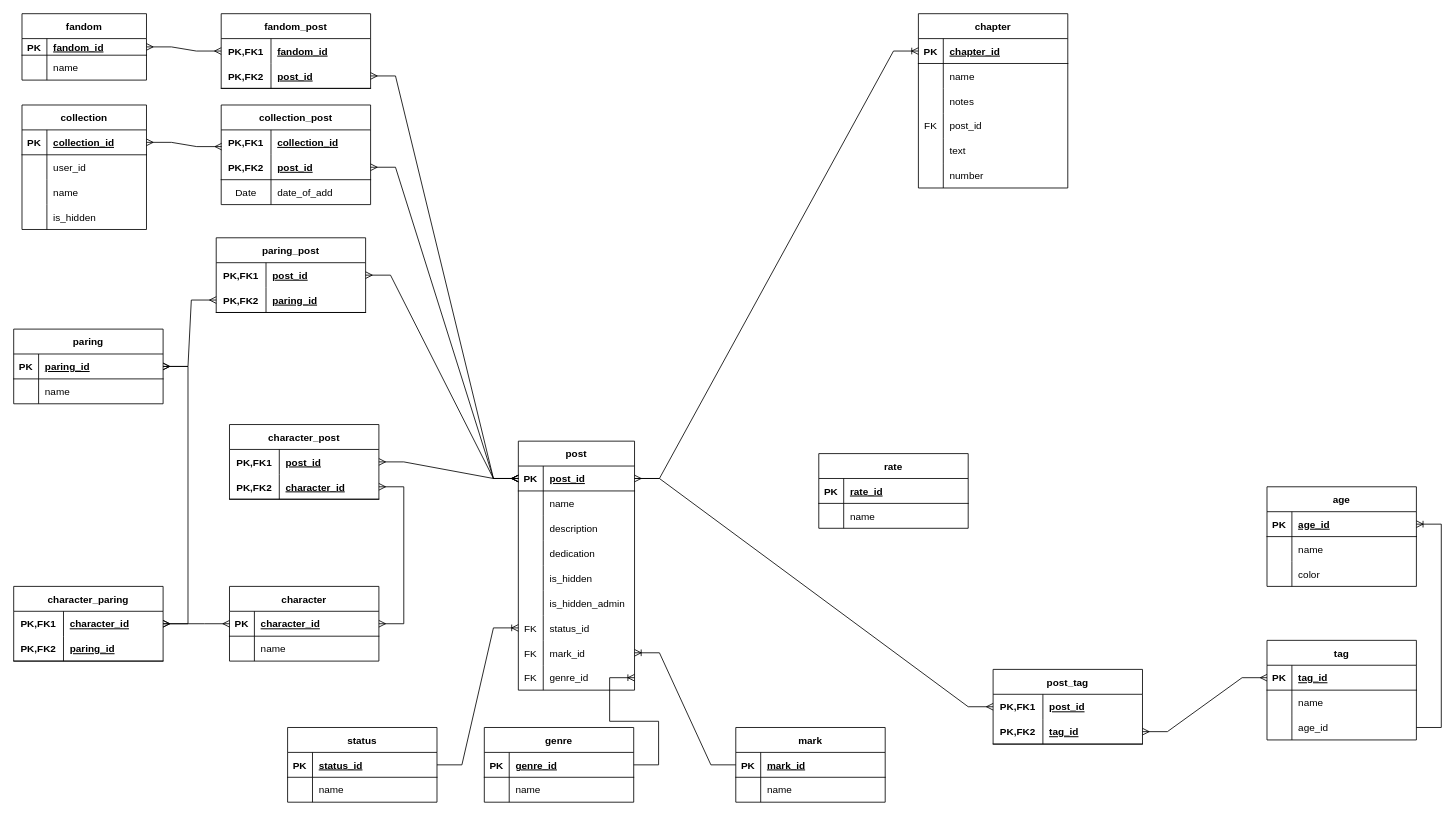
The draw.io diagram db-diagrams/post/sd-post.drawio in Danis0n/story-drop-backend, before the edit. Source tidied: cells renumbered, new cells numbered last; positions are measured from the earlier drawing's top-left corner, leaving out a move shared by most shapes. Both pictures are drawn from the tidied source at 83%, with x=0, y=0 at pixel (13, 13).
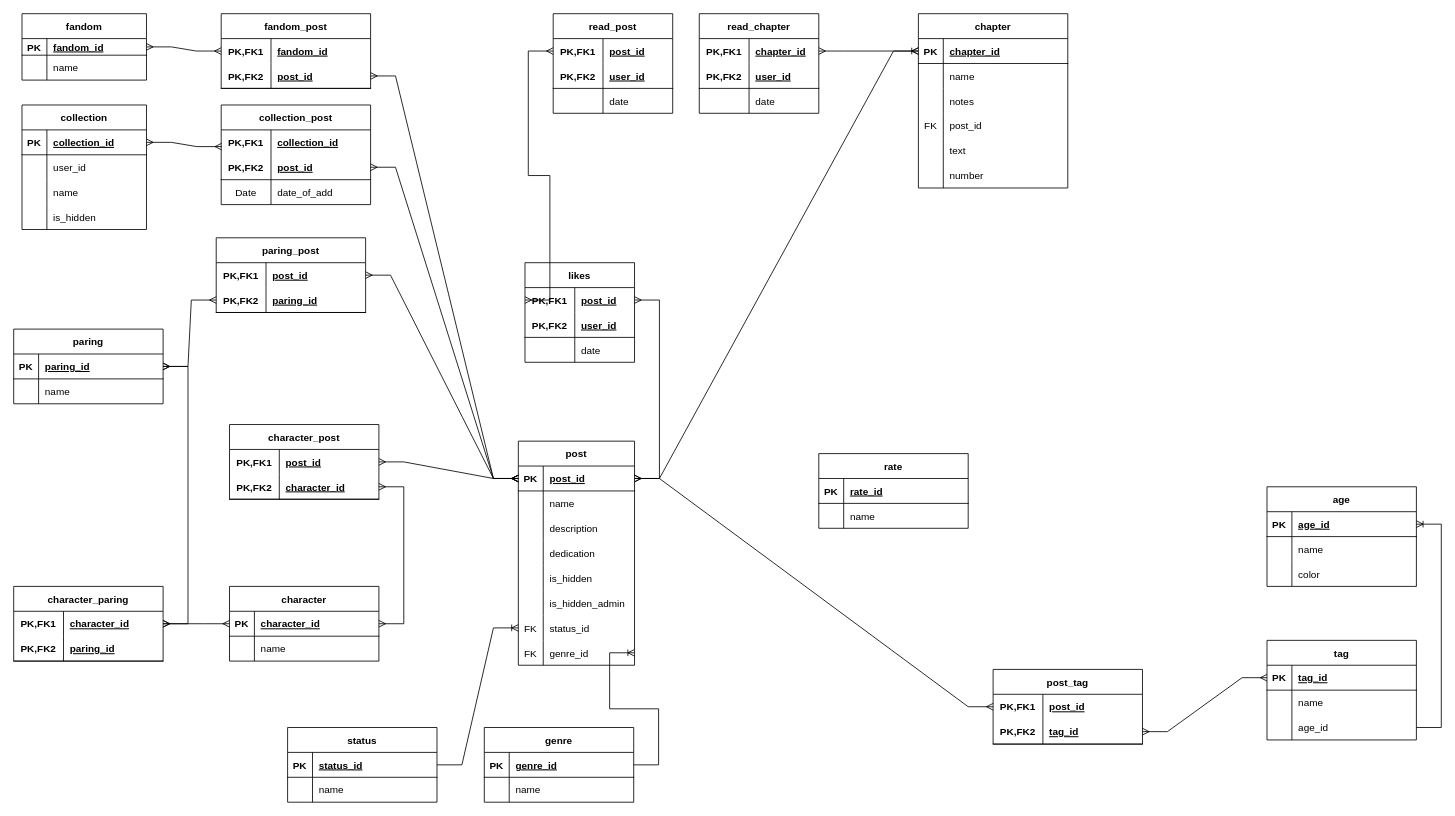
The same diagram, later.

The change refers to these unchanged cells:
```xml
<mxCell id="16" style="shape=tableRow;horizontal=0;startSize=0;swimlaneHead=0;swimlaneBody=0;fillColor=none;points=[[0,0.5],[1,0.5]];portConstraint=eastwest;top=0;left=0;right=0;bottom=1;" parent="15" vertex="1">
  <mxGeometry y="30" width="140" height="30" as="geometry" />
</mxCell>
<mxCell id="139" style="shape=tableRow;horizontal=0;startSize=0;swimlaneHead=0;swimlaneBody=0;fillColor=none;points=[[0,0.5],[1,0.5]];portConstraint=eastwest;top=0;left=0;right=0;bottom=1;" parent="138" vertex="1">
  <mxGeometry y="30" width="180" height="30" as="geometry" />
</mxCell>
```

Change to the diagram source:
```diff
@@
     <mxCell id="15" value="post" style="shape=table;startSize=30;childLayout=tableLayout;rowLines=0;fontStyle=1;align=center;" parent="1" vertex="1">
-      <mxGeometry x="608" y="515" width="140" height="300" as="geometry" />
+      <mxGeometry x="608" y="515" width="140" height="270" as="geometry" />
     </mxCell>
@@
-    <mxCell id="37" style="shape=tableRow;horizontal=0;startSize=0;swimlaneHead=0;swimlaneBody=0;fillColor=none;points=[[0,0.5],[1,0.5]];portConstraint=eastwest;top=0;left=0;right=0;bottom=0;" parent="15" vertex="1">
-      <mxGeometry y="240" width="140" height="30" as="geometry" />
-    </mxCell>
-    <mxCell id="38" value="FK" style="shape=partialRectangle;fillColor=none;top=0;left=0;bottom=0;right=0;overflow=hidden;" parent="37" vertex="1">
-      <mxGeometry width="30" height="30" as="geometry" />
-    </mxCell>
-    <mxCell id="39" value="mark_id" style="shape=partialRectangle;fillColor=none;top=0;left=0;bottom=0;right=0;align=left;spacingLeft=6;overflow=hidden;" parent="37" vertex="1">
-      <mxGeometry x="30" width="110" height="30" as="geometry" />
-    </mxCell>
     <mxCell id="40" style="shape=tableRow;horizontal=0;startSize=0;swimlaneHead=0;swimlaneBody=0;fillColor=none;points=[[0,0.5],[1,0.5]];portConstraint=eastwest;top=0;left=0;right=0;bottom=0;" parent="15" vertex="1">
-      <mxGeometry y="270" width="140" height="30" as="geometry" />
+      <mxGeometry y="240" width="140" height="30" as="geometry" />
     </mxCell>
@@
-    <mxCell id="166" value="mark" style="shape=table;startSize=30;childLayout=tableLayout;rowLines=0;fontStyle=1;align=center;" parent="1" vertex="1">
-      <mxGeometry x="870" y="860" width="180" height="90" as="geometry" />
-    </mxCell>
-    <mxCell id="167" style="shape=tableRow;horizontal=0;startSize=0;swimlaneHead=0;swimlaneBody=0;fillColor=none;points=[[0,0.5],[1,0.5]];portConstraint=eastwest;top=0;left=0;right=0;bottom=1;" parent="166" vertex="1">
-      <mxGeometry y="30" width="180" height="30" as="geometry" />
-    </mxCell>
-    <mxCell id="168" value="PK" style="shape=partialRectangle;fillColor=none;top=0;left=0;bottom=0;right=0;fontStyle=1;overflow=hidden;" parent="167" vertex="1">
-      <mxGeometry width="30" height="30" as="geometry" />
-    </mxCell>
-    <mxCell id="169" value="mark_id" style="shape=partialRectangle;fillColor=none;top=0;left=0;bottom=0;right=0;align=left;spacingLeft=6;fontStyle=5;overflow=hidden;" parent="167" vertex="1">
-      <mxGeometry x="30" width="150" height="30" as="geometry" />
-    </mxCell>
-    <mxCell id="170" style="shape=tableRow;horizontal=0;startSize=0;swimlaneHead=0;swimlaneBody=0;fillColor=none;top=0;left=0;right=0;bottom=0;" parent="166" vertex="1">
-      <mxGeometry y="60" width="180" height="30" as="geometry" />
-    </mxCell>
-    <mxCell id="171" style="shape=partialRectangle;fillColor=none;top=0;left=0;bottom=0;right=0;overflow=hidden;" parent="170" vertex="1">
-      <mxGeometry width="30" height="30" as="geometry" />
-    </mxCell>
-    <mxCell id="172" value="name" style="shape=partialRectangle;fillColor=none;top=0;left=0;bottom=0;right=0;align=left;spacingLeft=6;overflow=hidden;" parent="170" vertex="1">
-      <mxGeometry x="30" width="150" height="30" as="geometry" />
-    </mxCell>
-    <mxCell id="173" style="edgeStyle=entityRelationEdgeStyle;fontSize=12;html=1;endArrow=ERoneToMany;rounded=0;entryX=1;entryY=0.5;entryDx=0;entryDy=0;exitX=0;exitY=0.5;exitDx=0;exitDy=0;" parent="1" edge="1" source="167" target="37">
-      <mxGeometry relative="1" as="geometry" />
-    </mxCell>
@@
+    <mxCell id="193" value="likes" style="shape=table;startSize=30;childLayout=tableLayout;rowLines=0;fontStyle=1;align=center;" parent="1" vertex="1">
+      <mxGeometry x="616" y="300" width="132" height="120" as="geometry" />
+    </mxCell>
+    <mxCell id="194" style="shape=tableRow;horizontal=0;startSize=0;swimlaneHead=0;swimlaneBody=0;fillColor=none;points=[[0,0.5],[1,0.5]];portConstraint=eastwest;top=0;left=0;right=0;bottom=0;" parent="193" vertex="1">
+      <mxGeometry y="30" width="132" height="30" as="geometry" />
+    </mxCell>
+    <mxCell id="195" value="PK,FK1" style="shape=partialRectangle;fillColor=none;top=0;left=0;bottom=0;right=0;fontStyle=1;overflow=hidden;" parent="194" vertex="1">
+      <mxGeometry width="60" height="30" as="geometry" />
+    </mxCell>
+    <mxCell id="196" value="post_id" style="shape=partialRectangle;fillColor=none;top=0;left=0;bottom=0;right=0;align=left;spacingLeft=6;fontStyle=5;overflow=hidden;" parent="194" vertex="1">
+      <mxGeometry x="60" width="72" height="30" as="geometry" />
+    </mxCell>
+    <mxCell id="197" style="shape=tableRow;horizontal=0;startSize=0;swimlaneHead=0;swimlaneBody=0;fillColor=none;top=0;left=0;right=0;bottom=1;" parent="193" vertex="1">
+      <mxGeometry y="60" width="132" height="30" as="geometry" />
+    </mxCell>
+    <mxCell id="198" value="PK,FK2" style="shape=partialRectangle;fillColor=none;top=0;left=0;bottom=0;right=0;fontStyle=1;overflow=hidden;" parent="197" vertex="1">
+      <mxGeometry width="60" height="30" as="geometry" />
+    </mxCell>
+    <mxCell id="199" value="user_id" style="shape=partialRectangle;fillColor=none;top=0;left=0;bottom=0;right=0;align=left;spacingLeft=6;fontStyle=5;overflow=hidden;" parent="197" vertex="1">
+      <mxGeometry x="60" width="72" height="30" as="geometry" />
+    </mxCell>
+    <mxCell id="200" style="shape=tableRow;horizontal=0;startSize=0;swimlaneHead=0;swimlaneBody=0;fillColor=none;top=0;left=0;right=0;bottom=0;" parent="193" vertex="1">
+      <mxGeometry y="90" width="132" height="30" as="geometry" />
+    </mxCell>
+    <mxCell id="201" style="shape=partialRectangle;fillColor=none;top=0;left=0;bottom=0;right=0;overflow=hidden;" parent="200" vertex="1">
+      <mxGeometry width="60" height="30" as="geometry" />
+    </mxCell>
+    <mxCell id="202" value="date" style="shape=partialRectangle;fillColor=none;top=0;left=0;bottom=0;right=0;align=left;spacingLeft=6;overflow=hidden;" parent="200" vertex="1">
+      <mxGeometry x="60" width="72" height="30" as="geometry" />
+    </mxCell>
+    <mxCell id="203" style="edgeStyle=entityRelationEdgeStyle;fontSize=12;html=1;endArrow=ERmany;startArrow=ERmany;rounded=0;exitX=1;exitY=0.5;exitDx=0;exitDy=0;entryX=1;entryY=0.5;entryDx=0;entryDy=0;" parent="1" edge="1" source="16" target="194">
+      <mxGeometry relative="1" as="geometry" />
+    </mxCell>
+    <mxCell id="204" value="read_chapter" style="shape=table;startSize=30;childLayout=tableLayout;rowLines=0;fontStyle=1;align=center;" parent="1" vertex="1">
+      <mxGeometry x="826" width="144" height="120" as="geometry" />
+    </mxCell>
+    <mxCell id="205" style="shape=tableRow;horizontal=0;startSize=0;swimlaneHead=0;swimlaneBody=0;fillColor=none;points=[[0,0.5],[1,0.5]];portConstraint=eastwest;top=0;left=0;right=0;bottom=0;" parent="204" vertex="1">
+      <mxGeometry y="30" width="144" height="30" as="geometry" />
+    </mxCell>
+    <mxCell id="206" value="PK,FK1" style="shape=partialRectangle;fillColor=none;top=0;left=0;bottom=0;right=0;fontStyle=1;overflow=hidden;" parent="205" vertex="1">
+      <mxGeometry width="60" height="30" as="geometry" />
+    </mxCell>
+    <mxCell id="207" value="chapter_id" style="shape=partialRectangle;fillColor=none;top=0;left=0;bottom=0;right=0;align=left;spacingLeft=6;fontStyle=5;overflow=hidden;" parent="205" vertex="1">
+      <mxGeometry x="60" width="84" height="30" as="geometry" />
+    </mxCell>
+    <mxCell id="208" style="shape=tableRow;horizontal=0;startSize=0;swimlaneHead=0;swimlaneBody=0;fillColor=none;top=0;left=0;right=0;bottom=1;" parent="204" vertex="1">
+      <mxGeometry y="60" width="144" height="30" as="geometry" />
+    </mxCell>
+    <mxCell id="209" value="PK,FK2" style="shape=partialRectangle;fillColor=none;top=0;left=0;bottom=0;right=0;fontStyle=1;overflow=hidden;" parent="208" vertex="1">
+      <mxGeometry width="60" height="30" as="geometry" />
+    </mxCell>
+    <mxCell id="210" value="user_id" style="shape=partialRectangle;fillColor=none;top=0;left=0;bottom=0;right=0;align=left;spacingLeft=6;fontStyle=5;overflow=hidden;" parent="208" vertex="1">
+      <mxGeometry x="60" width="84" height="30" as="geometry" />
+    </mxCell>
+    <mxCell id="211" style="shape=tableRow;horizontal=0;startSize=0;swimlaneHead=0;swimlaneBody=0;fillColor=none;top=0;left=0;right=0;bottom=0;" parent="204" vertex="1">
+      <mxGeometry y="90" width="144" height="30" as="geometry" />
+    </mxCell>
+    <mxCell id="212" style="shape=partialRectangle;fillColor=none;top=0;left=0;bottom=0;right=0;overflow=hidden;" parent="211" vertex="1">
+      <mxGeometry width="60" height="30" as="geometry" />
+    </mxCell>
+    <mxCell id="213" value="date" style="shape=partialRectangle;fillColor=none;top=0;left=0;bottom=0;right=0;align=left;spacingLeft=6;overflow=hidden;" parent="211" vertex="1">
+      <mxGeometry x="60" width="84" height="30" as="geometry" />
+    </mxCell>
+    <mxCell id="214" style="edgeStyle=entityRelationEdgeStyle;fontSize=12;html=1;endArrow=ERmany;startArrow=ERmany;rounded=0;entryX=0;entryY=0.5;entryDx=0;entryDy=0;exitX=1;exitY=0.5;exitDx=0;exitDy=0;" parent="1" edge="1" source="205" target="139">
+      <mxGeometry relative="1" as="geometry" />
+    </mxCell>
+    <mxCell id="215" value="read_post" style="shape=table;startSize=30;childLayout=tableLayout;rowLines=0;fontStyle=1;align=center;" parent="1" vertex="1">
+      <mxGeometry x="650" width="144" height="120" as="geometry" />
+    </mxCell>
+    <mxCell id="216" style="shape=tableRow;horizontal=0;startSize=0;swimlaneHead=0;swimlaneBody=0;fillColor=none;points=[[0,0.5],[1,0.5]];portConstraint=eastwest;top=0;left=0;right=0;bottom=0;" parent="215" vertex="1">
+      <mxGeometry y="30" width="144" height="30" as="geometry" />
+    </mxCell>
+    <mxCell id="217" value="PK,FK1" style="shape=partialRectangle;fillColor=none;top=0;left=0;bottom=0;right=0;fontStyle=1;overflow=hidden;" parent="216" vertex="1">
+      <mxGeometry width="60" height="30" as="geometry" />
+    </mxCell>
+    <mxCell id="218" value="post_id" style="shape=partialRectangle;fillColor=none;top=0;left=0;bottom=0;right=0;align=left;spacingLeft=6;fontStyle=5;overflow=hidden;" parent="216" vertex="1">
+      <mxGeometry x="60" width="84" height="30" as="geometry" />
+    </mxCell>
+    <mxCell id="219" style="shape=tableRow;horizontal=0;startSize=0;swimlaneHead=0;swimlaneBody=0;fillColor=none;top=0;left=0;right=0;bottom=1;" parent="215" vertex="1">
+      <mxGeometry y="60" width="144" height="30" as="geometry" />
+    </mxCell>
+    <mxCell id="220" value="PK,FK2" style="shape=partialRectangle;fillColor=none;top=0;left=0;bottom=0;right=0;fontStyle=1;overflow=hidden;" parent="219" vertex="1">
+      <mxGeometry width="60" height="30" as="geometry" />
+    </mxCell>
+    <mxCell id="221" value="user_id" style="shape=partialRectangle;fillColor=none;top=0;left=0;bottom=0;right=0;align=left;spacingLeft=6;fontStyle=5;overflow=hidden;" parent="219" vertex="1">
+      <mxGeometry x="60" width="84" height="30" as="geometry" />
+    </mxCell>
+    <mxCell id="222" style="shape=tableRow;horizontal=0;startSize=0;swimlaneHead=0;swimlaneBody=0;fillColor=none;top=0;left=0;right=0;bottom=0;" parent="215" vertex="1">
+      <mxGeometry y="90" width="144" height="30" as="geometry" />
+    </mxCell>
+    <mxCell id="223" style="shape=partialRectangle;fillColor=none;top=0;left=0;bottom=0;right=0;overflow=hidden;" parent="222" vertex="1">
+      <mxGeometry width="60" height="30" as="geometry" />
+    </mxCell>
+    <mxCell id="224" value="date" style="shape=partialRectangle;fillColor=none;top=0;left=0;bottom=0;right=0;align=left;spacingLeft=6;overflow=hidden;" parent="222" vertex="1">
+      <mxGeometry x="60" width="84" height="30" as="geometry" />
+    </mxCell>
+    <mxCell id="225" style="edgeStyle=entityRelationEdgeStyle;fontSize=12;html=1;endArrow=ERmany;startArrow=ERmany;rounded=0;exitX=0;exitY=0.5;exitDx=0;exitDy=0;entryX=0;entryY=0.5;entryDx=0;entryDy=0;" parent="1" edge="1" source="194" target="216">
+      <mxGeometry relative="1" as="geometry" />
+    </mxCell>
```
